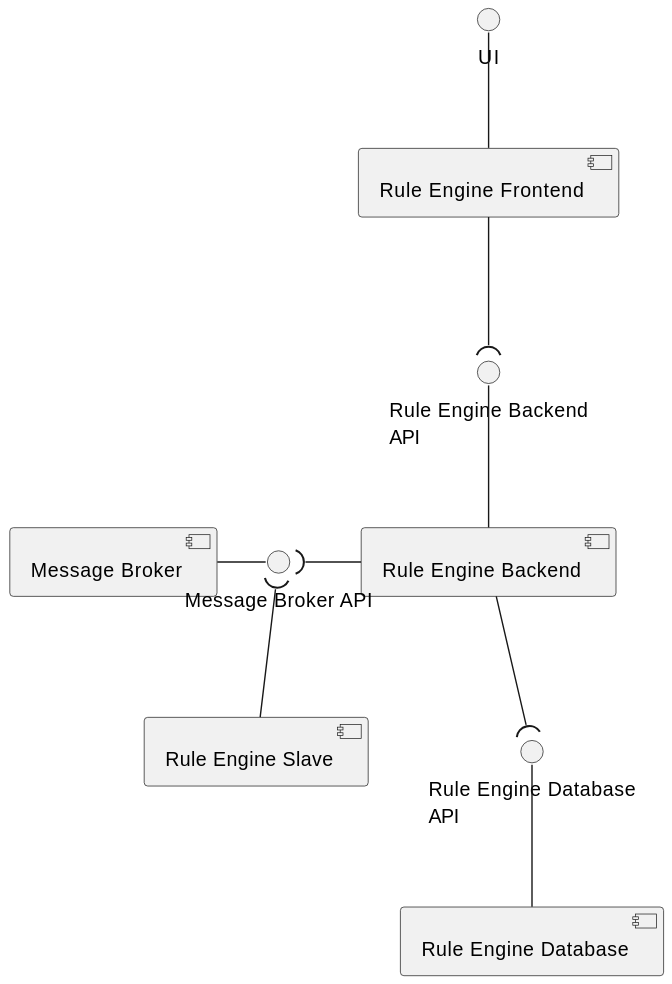
Before: docs/rule-engine/diagrams/logical-view-level2.svg, a diagram exported from PlantUML (FilipeMCruz/sensae-console). Source of this version:
```plantuml
@startuml logical-view-level2

skinparam Monochrome true
skinparam sequenceMessageAlign center
skinparam Shadowing false
skinparam componentStyle uml2
skinparam packageStyle rectangle

component "Rule Engine Frontend" as RULE_FRONT
component "Rule Engine Backend" as RULE_BACK
component "Rule Engine Slave" as RULE_SLAVE
component "Rule Engine Database" as RULE_DB
component "Message Broker" as BROKER

interface "UI" as UI
interface "Rule Engine Backend\nAPI" as API
interface "Rule Engine Database\nAPI" as DB_API
interface "Rule Engine Database\nAPI" as DB_API
interface "Message Broker API" as BROKER_API

UI -- RULE_FRONT
API -- RULE_BACK

BROKER - BROKER_API

RULE_FRONT --( API

DB_API -- RULE_DB

BROKER_API )- RULE_BACK
BROKER_API )-- RULE_SLAVE

RULE_BACK --( DB_API

@enduml
```
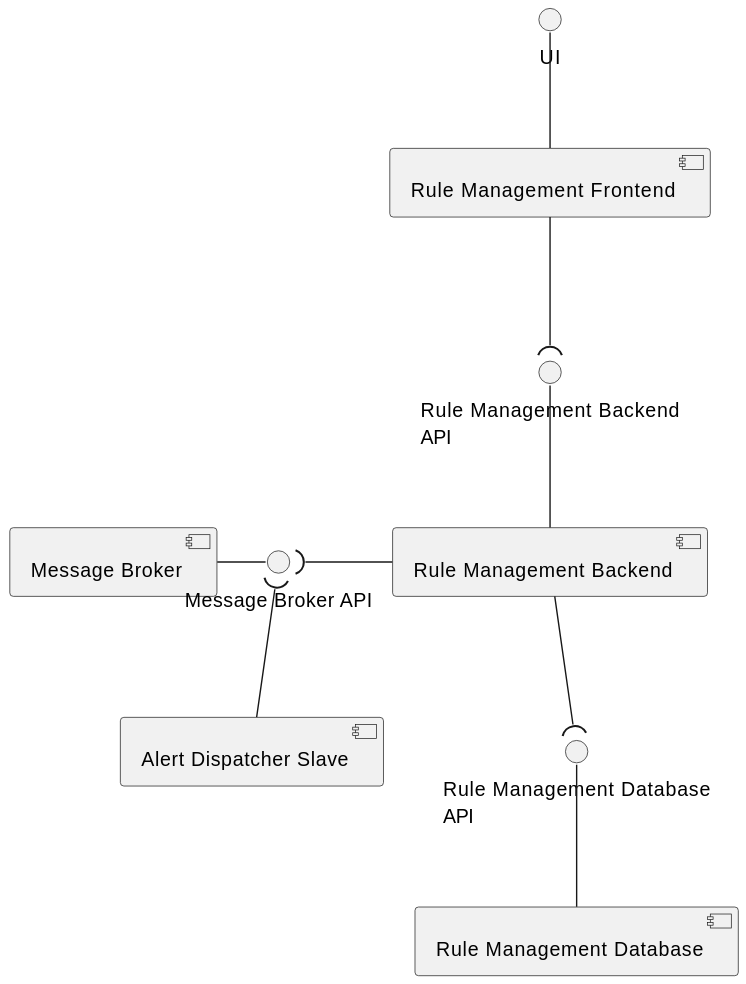
After the commit.

Diff of the diagram source:
```diff
@@ -6,16 +6,15 @@
 skinparam componentStyle uml2
 skinparam packageStyle rectangle
 
-component "Rule Engine Frontend" as RULE_FRONT
-component "Rule Engine Backend" as RULE_BACK
-component "Rule Engine Slave" as RULE_SLAVE
-component "Rule Engine Database" as RULE_DB
+component "Rule Management Frontend" as RULE_FRONT
+component "Rule Management Backend" as RULE_BACK
+component "Alert Dispatcher Slave" as RULE_SLAVE
+component "Rule Management Database" as RULE_DB
 component "Message Broker" as BROKER
 
 interface "UI" as UI
-interface "Rule Engine Backend\nAPI" as API
-interface "Rule Engine Database\nAPI" as DB_API
-interface "Rule Engine Database\nAPI" as DB_API
+interface "Rule Management Backend\nAPI" as API
+interface "Rule Management Database\nAPI" as DB_API
 interface "Message Broker API" as BROKER_API
 
 UI -- RULE_FRONT
```
